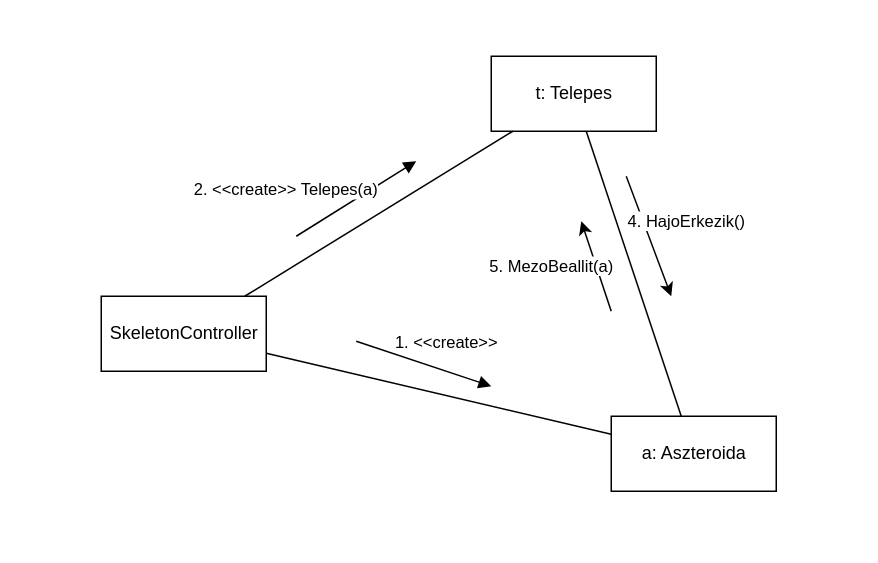
Earlier version of the draw.io diagram page "Page-2" (2 of 2) of doc/kommunikacio/kom_NapviharTelepes.drawio (torpeBoiGo/aszteroidabanyaszat). Source tidied: cells renumbered, new cells numbered last; positions are measured from the earlier drawing's top-left corner, leaving out a move shared by most shapes. Both pictures are drawn from the tidied source at 150%, with x=0, y=0 at pixel (100, 56).
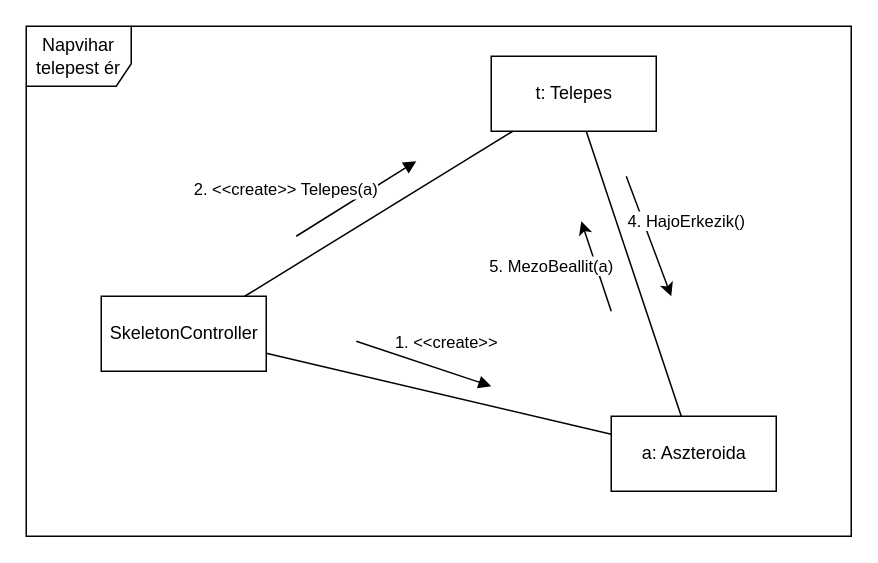
The same page after the edit.

Change to the diagram source:
```diff
@@
 <mxGraphModel>
   <root>
     <mxCell id="0" />
     <mxCell id="1" parent="0" />
     <mxCell id="2" value="SkeletonController" style="html=1;" parent="1" vertex="1">
       <mxGeometry y="160" width="110" height="50" as="geometry" />
     </mxCell>
     <mxCell id="3" value="t: Telepes" style="html=1;" parent="1" vertex="1">
       <mxGeometry x="260" width="110" height="50" as="geometry" />
     </mxCell>
     <mxCell id="4" value="a: Aszteroida" style="html=1;" parent="1" vertex="1">
       <mxGeometry x="340" y="240" width="110" height="50" as="geometry" />
     </mxCell>
     <mxCell id="5" style="endArrow=none;html=1;" parent="1" edge="1" source="2" target="3">
       <mxGeometry relative="1" as="geometry" />
     </mxCell>
     <mxCell id="6" style="endArrow=none;html=1;" parent="1" edge="1" source="2" target="4">
       <mxGeometry relative="1" as="geometry" />
     </mxCell>
     <mxCell id="7" value="2. &amp;lt;&amp;lt;create&amp;gt;&amp;gt; Telepes(a)" style="html=1;verticalAlign=bottom;endArrow=block;" parent="1" edge="1">
       <mxGeometry x="-0.87" y="22" relative="1" as="geometry">
         <mxPoint x="130" y="120" as="sourcePoint" />
         <mxPoint x="210" y="70" as="targetPoint" />
       </mxGeometry>
     </mxCell>
     <mxCell id="8" value="1. &amp;lt;&amp;lt;create&amp;gt;&amp;gt;" style="html=1;verticalAlign=bottom;endArrow=block;" parent="1" edge="1">
       <mxGeometry x="0.27" y="9" relative="1" as="geometry">
         <mxPoint x="170" y="190" as="sourcePoint" />
         <mxPoint x="260" y="220" as="targetPoint" />
       </mxGeometry>
     </mxCell>
     <mxCell id="9" style="endArrow=none;html=1;" parent="1" edge="1" source="4" target="3">
       <mxGeometry relative="1" as="geometry" />
     </mxCell>
     <mxCell id="10" value="5. MezoBeallit(a)" style="endArrow=classic;html=1;" parent="1" edge="1">
       <mxGeometry x="0.3" y="28" relative="1" as="geometry">
         <mxPoint x="340" y="170" as="sourcePoint" />
         <mxPoint x="320" y="110" as="targetPoint" />
       </mxGeometry>
     </mxCell>
     <mxCell id="11" value="4. HajoErkezik()" style="endArrow=classic;html=1;" parent="1" edge="1">
       <mxGeometry x="-0.01" y="27" relative="1" as="geometry">
         <mxPoint x="350" y="80" as="sourcePoint" />
         <mxPoint x="380" y="160" as="targetPoint" />
       </mxGeometry>
     </mxCell>
+    <mxCell id="12" value="Napvihar telepest ér" style="shape=umlFrame;whiteSpace=wrap;html=1;width=70;height=40;" parent="1" vertex="1">
+      <mxGeometry x="-50" y="-20" width="550" height="340" as="geometry" />
+    </mxCell>
   </root>
 </mxGraphModel>
```
